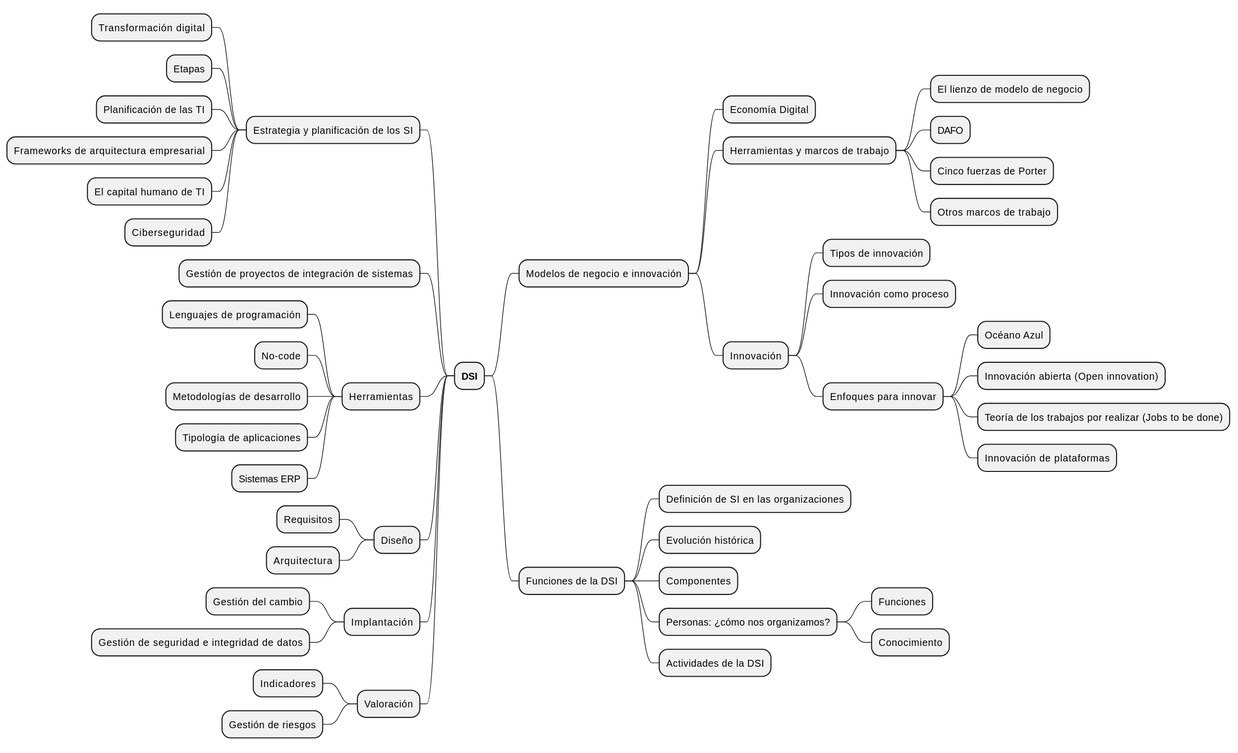
Above: images/modelosUML/modelosUML/unEsquema.svg in mmasias/mmasias (PlantUML), before the change. Its diagram source:
```plantuml
@startmindmap

+ <b>DSI</b>
++ Modelos de negocio e innovación
+++ Economía Digital
+++ Herramientas y marcos de trabajo
++++ El lienzo de modelo de negocio
++++ DAFO
++++ Cinco fuerzas de Porter
++++ Otros marcos de trabajo
+++ Innovación
++++ Tipos de innovación
++++ Innovación como proceso
++++ Enfoques para innovar
+++++ Océano Azul
+++++ Innovación abierta (Open innovation)
+++++ Teoría de los trabajos por realizar (Jobs to be done)
+++++ Innovación de plataformas
++ Funciones de la DSI
+++ Definición de SI en las organizaciones
+++ Evolución histórica
+++ Componentes
+++ Personas: ¿cómo nos organizamos?
++++ Funciones
++++ Conocimiento
+++ Actividades de la DSI
+- Estrategia y planificación de los SI
+-- Transformación digital
+-- Etapas
+-- Planificación de las TI
+-- Frameworks de arquitectura empresarial
+-- El capital humano de TI
+-- Ciberseguridad
+- Gestión de proyectos de integración de sistemas
+- Herramientas
+-- Lenguajes de programación
+-- No-code
+-- Metodologías de desarrollo
+-- Tipología de aplicaciones
+-- Sistemas ERP
+- Diseño
+-- Requisitos
+-- Arquitectura
+- Implantación
+-- Gestión del cambio
+-- Gestión de seguridad e integridad de datos
+- Valoración
+-- Indicadores
+-- Gestión de riesgos

@endmindmap
```
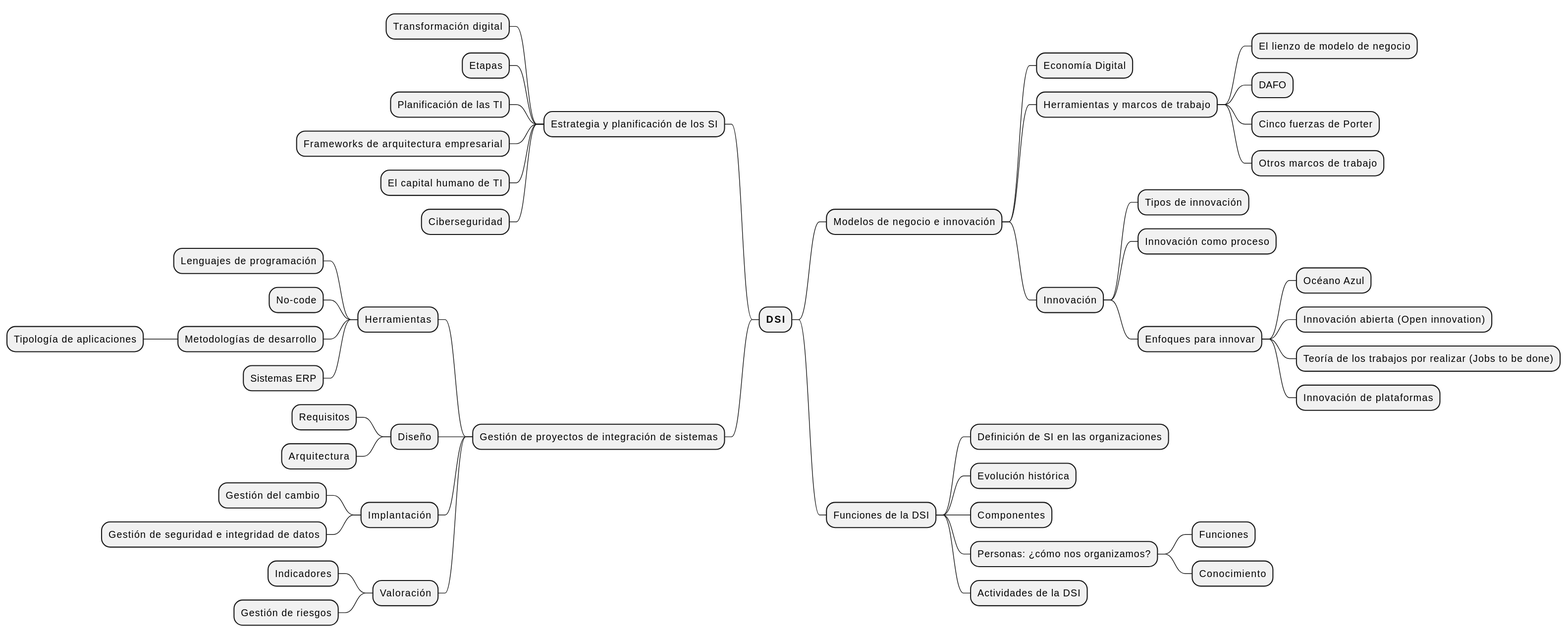
Later version of the same file.

Diff of the diagram source:
```diff
@@ -32,20 +32,20 @@
 +-- El capital humano de TI
 +-- Ciberseguridad
 +- Gestión de proyectos de integración de sistemas
-+- Herramientas
-+-- Lenguajes de programación
-+-- No-code
-+-- Metodologías de desarrollo
-+-- Tipología de aplicaciones
-+-- Sistemas ERP
-+- Diseño
-+-- Requisitos
-+-- Arquitectura
-+- Implantación
-+-- Gestión del cambio
-+-- Gestión de seguridad e integridad de datos
-+- Valoración
-+-- Indicadores
-+-- Gestión de riesgos
++-- Herramientas
++--- Lenguajes de programación
++--- No-code
++--- Metodologías de desarrollo
++---- Tipología de aplicaciones
++--- Sistemas ERP
++-- Diseño
++--- Requisitos
++--- Arquitectura
++-- Implantación
++--- Gestión del cambio
++--- Gestión de seguridad e integridad de datos
++-- Valoración
++--- Indicadores
++--- Gestión de riesgos
 
 @endmindmap
```
